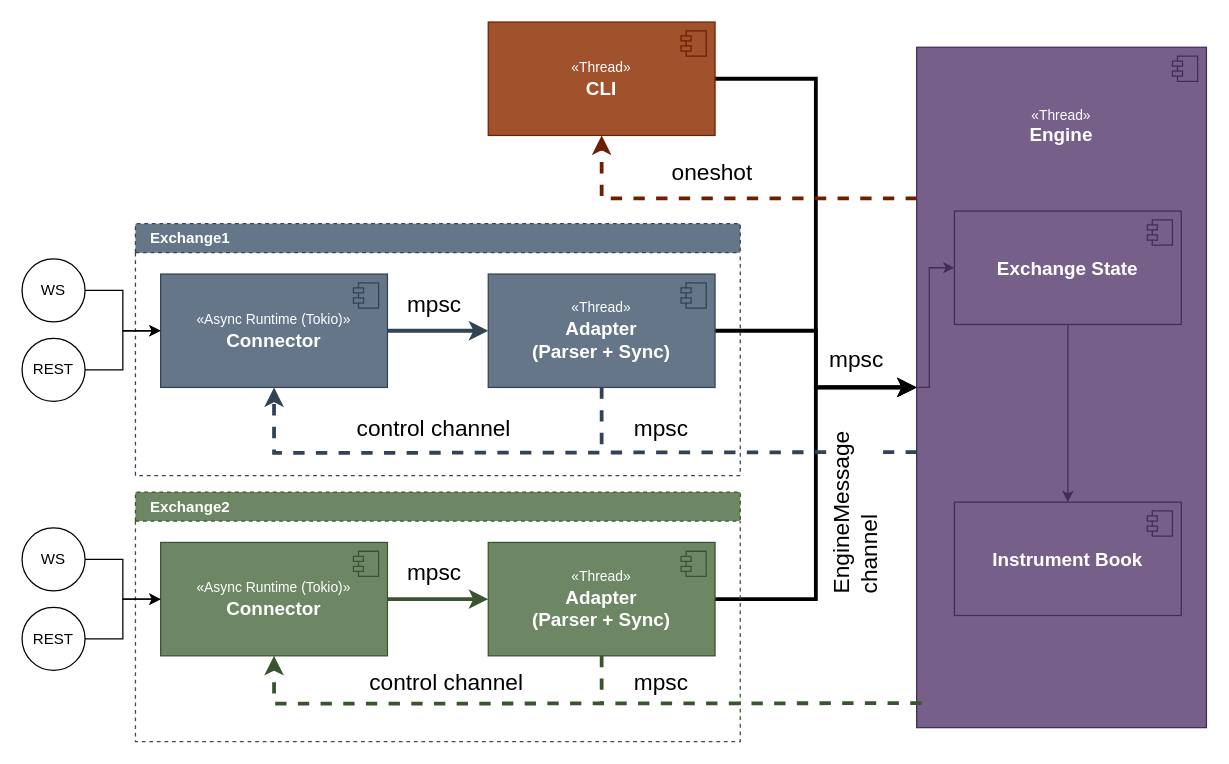
This is images/Data flow.drawio from PietroValente/MarketDataAggregator, a draw.io file, before an edit. Source tidied: cells renumbered, new cells numbered last; positions are measured from the earlier drawing's top-left corner, leaving out a move shared by most shapes. Both pictures are drawn from the tidied source at 126%, with x=0, y=0 at pixel (21, 21).
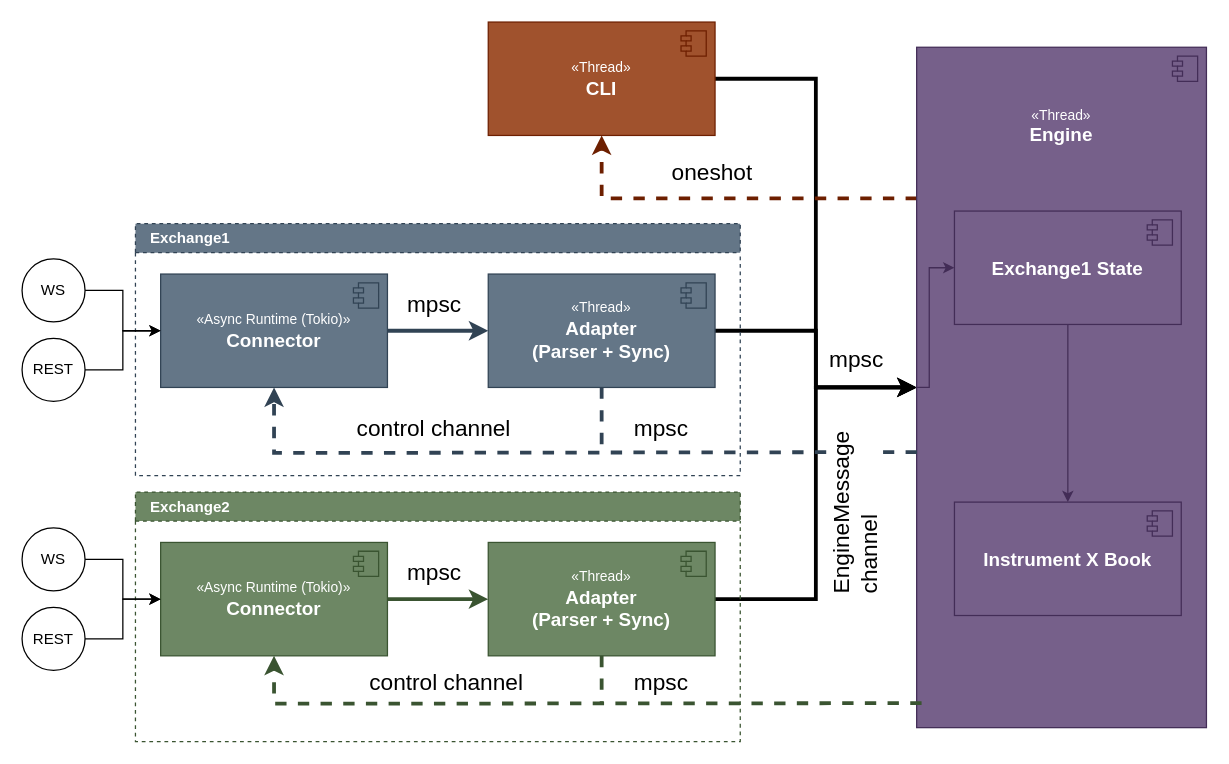
The same diagram, later.

Commit message (it also covers changes not shown here):
Connector diagram

The edit, as a diff of the source:
```diff
@@
-    <mxCell id="28" value="&lt;b&gt;&lt;font style=&quot;font-size: 15px;&quot;&gt;Exchange State&lt;/font&gt;&lt;/b&gt;" style="html=1;whiteSpace=wrap;fillColor=#76608a;fontColor=#ffffff;strokeColor=#432D57;" parent="1" vertex="1">
+    <mxCell id="28" value="&lt;b&gt;&lt;font style=&quot;font-size: 15px;&quot;&gt;Exchange1 State&lt;/font&gt;&lt;/b&gt;" style="html=1;whiteSpace=wrap;fillColor=#76608a;fontColor=#ffffff;strokeColor=#432D57;" parent="1" vertex="1">
       <mxGeometry x="740" y="150" width="180" height="90" as="geometry" />
     </mxCell>
@@
-    <mxCell id="30" value="&lt;b&gt;&lt;font style=&quot;font-size: 15px;&quot;&gt;Instrument Book&lt;/font&gt;&lt;/b&gt;" style="html=1;whiteSpace=wrap;fillColor=#76608a;fontColor=#ffffff;strokeColor=#432D57;" parent="1" vertex="1">
+    <mxCell id="30" value="&lt;b&gt;&lt;font style=&quot;font-size: 15px;&quot;&gt;Instrument X Book&lt;/font&gt;&lt;/b&gt;" style="html=1;whiteSpace=wrap;fillColor=#76608a;fontColor=#ffffff;strokeColor=#432D57;" parent="1" vertex="1">
       <mxGeometry x="740" y="381" width="180" height="90" as="geometry" />
     </mxCell>
```
